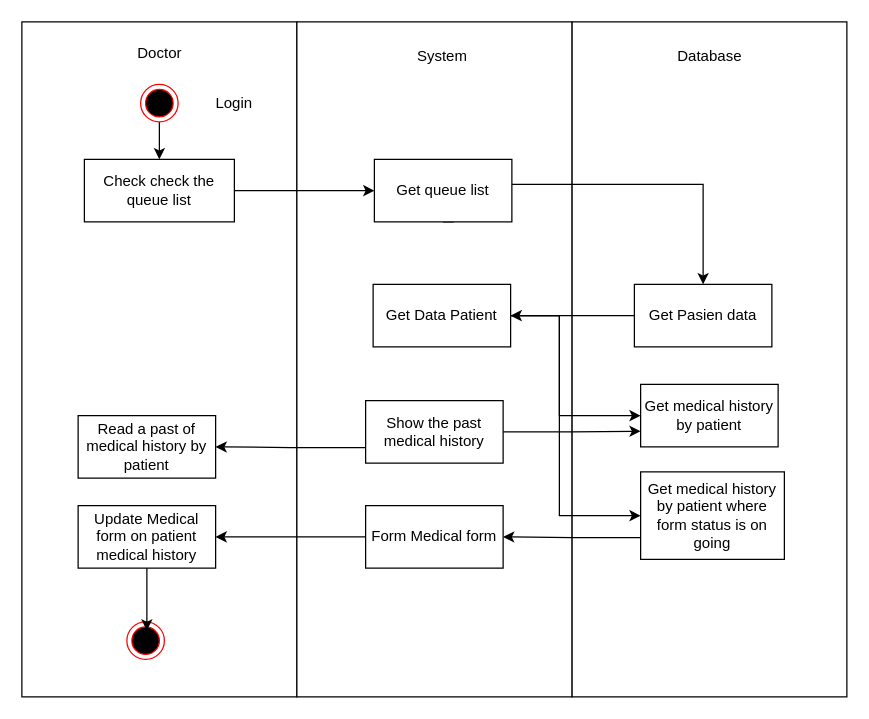
rrahmatn/dfd_erd_uml keeps this draw.io diagram as page "doctor-activity" (6 of 7) of klinik-use-case-diagram.drawio. Above is the earlier version. Source tidied: cells renumbered, new cells numbered last; positions are measured from the earlier drawing's top-left corner, leaving out a move shared by most shapes. Both pictures are drawn from the tidied source at 125%, with x=0, y=0 at pixel (21, 21).
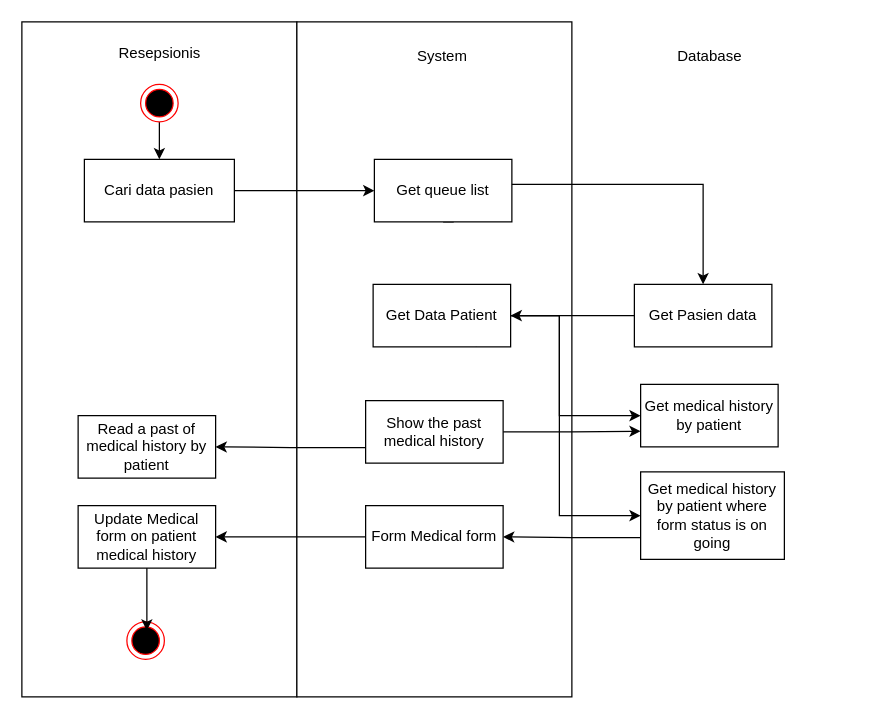
Above is the later version.

Change to the diagram source:
```diff
@@
-    <mxCell id="2" style="html=1;whiteSpace=wrap;" parent="1" vertex="1">
-      <mxGeometry x="440" width="220" height="540" as="geometry" />
-    </mxCell>
@@
-    <mxCell id="7" value="Doctor" style="text;html=1;align=center;verticalAlign=middle;strokeColor=none;fillColor=none;" parent="1" vertex="1">
-      <mxGeometry x="80" y="10" width="60" height="30" as="geometry" />
+    <mxCell id="7" value="Resepsionis" style="text;html=1;align=center;verticalAlign=middle;strokeColor=none;fillColor=none;" parent="1" vertex="1">
+      <mxGeometry x="65" y="10" width="90" height="30" as="geometry" />
     </mxCell>
@@
-    <mxCell id="9" value="Check&amp;nbsp;check the queue list" style="html=1;whiteSpace=wrap;" parent="1" vertex="1">
+    <mxCell id="9" value="Cari data pasien" style="html=1;whiteSpace=wrap;" parent="1" vertex="1">
       <mxGeometry x="50" y="110" width="120" height="50" as="geometry" />
     </mxCell>
@@
-    <mxCell id="17" value="Login" style="text;html=1;strokeColor=none;fillColor=none;align=center;verticalAlign=middle;whiteSpace=wrap;rounded=0;" parent="1" vertex="1">
-      <mxGeometry x="140" y="50" width="60" height="30" as="geometry" />
-    </mxCell>
```
